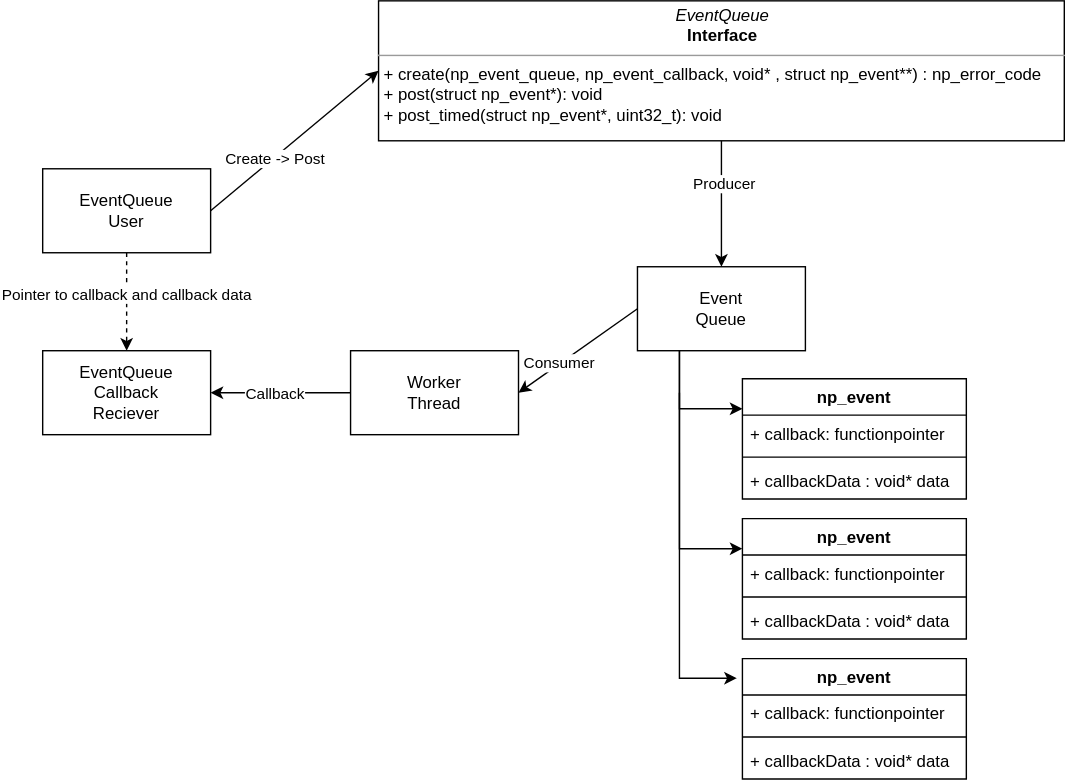
Earlier version of the draw.io export doc/images/event_queue.svg (nabto/nabto-embedded-sdk). Source tidied: cells renumbered, new cells last; positions are measured from the earlier drawing's top-left corner, leaving out a move shared by most shapes. The source it was exported from:
```xml
<mxGraphModel>
  <root>
    <mxCell id="0" />
    <mxCell id="1" parent="0" />
    <mxCell id="2" value="Event&lt;br&gt;Queue" style="rounded=0;whiteSpace=wrap;html=1;" parent="1" vertex="1">
      <mxGeometry x="425" y="190" width="120" height="60" as="geometry" />
    </mxCell>
    <mxCell id="3" value="&lt;p style=&quot;margin: 0px ; margin-top: 4px ; text-align: center&quot;&gt;&lt;i&gt;EventQueue&lt;br&gt;&lt;/i&gt;&lt;b&gt;Interface&lt;/b&gt;&lt;/p&gt;&lt;hr size=&quot;1&quot;&gt;&lt;p style=&quot;margin: 0px ; margin-left: 4px&quot;&gt;&lt;/p&gt;&lt;p style=&quot;margin: 0px ; margin-left: 4px&quot;&gt;+&amp;nbsp;&lt;span&gt;create(np_event_queue, np_event_callback, void* , struct np_event**) : np_error_code&lt;/span&gt;&lt;/p&gt;&lt;p style=&quot;margin: 0px ; margin-left: 4px&quot;&gt;+ post(struct np_event*): void&lt;/p&gt;&lt;p style=&quot;margin: 0px 0px 0px 4px&quot;&gt;+ post_timed(struct np_event*, uint32_t): void&lt;/p&gt;&lt;p style=&quot;margin: 0px 0px 0px 4px&quot;&gt;&lt;br&gt;&lt;/p&gt;" style="verticalAlign=top;align=left;overflow=fill;fontSize=12;fontFamily=Helvetica;html=1;" parent="1" vertex="1">
      <mxGeometry x="240" width="490" height="100" as="geometry" />
    </mxCell>
    <mxCell id="4" style="endArrow=classic;html=1;exitX=0.25;exitY=1;exitDx=0;exitDy=0;edgeStyle=orthogonalEdgeStyle;entryX=0;entryY=0.25;entryDx=0;entryDy=0;rounded=0;" parent="1" edge="1" source="2" target="20">
      <mxGeometry relative="1" as="geometry" />
    </mxCell>
    <mxCell id="5" style="endArrow=classic;html=1;edgeStyle=orthogonalEdgeStyle;entryX=0;entryY=0.25;entryDx=0;entryDy=0;rounded=0;" parent="1" edge="1" target="24">
      <mxGeometry relative="1" as="geometry">
        <mxPoint x="455" y="280" as="sourcePoint" />
        <Array as="points">
          <mxPoint x="455" y="392" />
        </Array>
      </mxGeometry>
    </mxCell>
    <mxCell id="6" style="endArrow=classic;html=1;edgeStyle=orthogonalEdgeStyle;rounded=0;entryX=-0.025;entryY=0.163;entryDx=0;entryDy=0;entryPerimeter=0;" parent="1" edge="1" target="28">
      <mxGeometry relative="1" as="geometry">
        <mxPoint x="455" y="250" as="sourcePoint" />
        <Array as="points">
          <mxPoint x="455" y="484" />
        </Array>
      </mxGeometry>
    </mxCell>
    <mxCell id="7" value="EventQueue&lt;br&gt;User" style="rounded=0;whiteSpace=wrap;html=1;" parent="1" vertex="1">
      <mxGeometry y="120" width="120" height="60" as="geometry" />
    </mxCell>
    <mxCell id="8" style="endArrow=classic;html=1;exitX=1;exitY=0.5;exitDx=0;exitDy=0;entryX=0;entryY=0.5;entryDx=0;entryDy=0;" parent="1" edge="1" source="7" target="3">
      <mxGeometry relative="1" as="geometry" />
    </mxCell>
    <mxCell id="9" value="Create -&amp;gt; Post" style="edgeLabel;html=1;align=center;verticalAlign=middle;" parent="8" vertex="1">
      <mxGeometry x="-0.25" relative="1" as="geometry" />
    </mxCell>
    <mxCell id="10" value="Worker&lt;br&gt;Thread" style="rounded=0;whiteSpace=wrap;html=1;" parent="1" vertex="1">
      <mxGeometry x="220" y="250" width="120" height="60" as="geometry" />
    </mxCell>
    <mxCell id="11" style="endArrow=none;html=1;exitX=1;exitY=0.5;exitDx=0;exitDy=0;entryX=0;entryY=0.5;entryDx=0;entryDy=0;startArrow=classic;startFill=1;endFill=0;" parent="1" edge="1" source="10" target="2">
      <mxGeometry relative="1" as="geometry" />
    </mxCell>
    <mxCell id="12" value="Consumer" style="edgeLabel;html=1;align=center;verticalAlign=middle;" parent="11" vertex="1">
      <mxGeometry x="-0.32" y="1" relative="1" as="geometry" />
    </mxCell>
    <mxCell id="13" style="endArrow=classic;html=1;exitX=0.5;exitY=1;exitDx=0;exitDy=0;entryX=0.5;entryY=0;entryDx=0;entryDy=0;startArrow=none;startFill=0;" parent="1" edge="1" source="3" target="2">
      <mxGeometry relative="1" as="geometry" />
    </mxCell>
    <mxCell id="14" value="Producer" style="edgeLabel;html=1;align=center;verticalAlign=middle;" parent="13" vertex="1">
      <mxGeometry x="-0.32" y="1" relative="1" as="geometry" />
    </mxCell>
    <mxCell id="15" value="EventQueue&lt;br&gt;Callback&lt;br&gt;Reciever" style="rounded=0;whiteSpace=wrap;html=1;" parent="1" vertex="1">
      <mxGeometry y="250" width="120" height="60" as="geometry" />
    </mxCell>
    <mxCell id="16" style="endArrow=classic;html=1;exitX=0;exitY=0.5;exitDx=0;exitDy=0;" parent="1" edge="1" source="10" target="15">
      <mxGeometry relative="1" as="geometry" />
    </mxCell>
    <mxCell id="17" value="Callback" style="edgeLabel;html=1;align=center;verticalAlign=middle;" parent="16" vertex="1">
      <mxGeometry x="0.1" relative="1" as="geometry" />
    </mxCell>
    <mxCell id="18" style="endArrow=classic;html=1;exitX=0.5;exitY=1;exitDx=0;exitDy=0;dashed=1;" parent="1" edge="1" source="7" target="15">
      <mxGeometry relative="1" as="geometry" />
    </mxCell>
    <mxCell id="19" value="Pointer to callback and callback data" style="edgeLabel;html=1;align=center;verticalAlign=middle;" parent="18" vertex="1">
      <mxGeometry x="-0.17" y="-1" relative="1" as="geometry" />
    </mxCell>
    <mxCell id="20" value="np_event" style="swimlane;fontStyle=1;align=center;verticalAlign=top;horizontal=1;startSize=26;" parent="1" vertex="1">
      <mxGeometry x="500" y="270" width="160" height="86" as="geometry" />
    </mxCell>
    <mxCell id="21" value="+ callback: functionpointer" style="text;strokeColor=none;fillColor=none;align=left;verticalAlign=top;spacingLeft=4;spacingRight=4;overflow=hidden;" parent="20" vertex="1">
      <mxGeometry y="26" width="160" height="26" as="geometry" />
    </mxCell>
    <mxCell id="22" style="line;strokeWidth=1;fillColor=none;align=left;verticalAlign=middle;spacingTop=-1;spacingLeft=3;spacingRight=3;labelPosition=right;" parent="20" vertex="1">
      <mxGeometry y="52" width="160" height="8" as="geometry" />
    </mxCell>
    <mxCell id="23" value="+ callbackData : void* data" style="text;strokeColor=none;fillColor=none;align=left;verticalAlign=top;spacingLeft=4;spacingRight=4;overflow=hidden;" parent="20" vertex="1">
      <mxGeometry y="60" width="160" height="26" as="geometry" />
    </mxCell>
    <mxCell id="24" value="np_event" style="swimlane;fontStyle=1;align=center;verticalAlign=top;horizontal=1;startSize=26;" parent="1" vertex="1">
      <mxGeometry x="500" y="370" width="160" height="86" as="geometry" />
    </mxCell>
    <mxCell id="25" value="+ callback: functionpointer" style="text;strokeColor=none;fillColor=none;align=left;verticalAlign=top;spacingLeft=4;spacingRight=4;overflow=hidden;" parent="24" vertex="1">
      <mxGeometry y="26" width="160" height="26" as="geometry" />
    </mxCell>
    <mxCell id="26" style="line;strokeWidth=1;fillColor=none;align=left;verticalAlign=middle;spacingTop=-1;spacingLeft=3;spacingRight=3;labelPosition=right;" parent="24" vertex="1">
      <mxGeometry y="52" width="160" height="8" as="geometry" />
    </mxCell>
    <mxCell id="27" value="+ callbackData : void* data" style="text;strokeColor=none;fillColor=none;align=left;verticalAlign=top;spacingLeft=4;spacingRight=4;overflow=hidden;" parent="24" vertex="1">
      <mxGeometry y="60" width="160" height="26" as="geometry" />
    </mxCell>
    <mxCell id="28" value="np_event" style="swimlane;fontStyle=1;align=center;verticalAlign=top;horizontal=1;startSize=26;" parent="1" vertex="1">
      <mxGeometry x="500" y="470" width="160" height="86" as="geometry" />
    </mxCell>
    <mxCell id="29" value="+ callback: functionpointer" style="text;strokeColor=none;fillColor=none;align=left;verticalAlign=top;spacingLeft=4;spacingRight=4;overflow=hidden;" parent="28" vertex="1">
      <mxGeometry y="26" width="160" height="26" as="geometry" />
    </mxCell>
    <mxCell id="30" style="line;strokeWidth=1;fillColor=none;align=left;verticalAlign=middle;spacingTop=-1;spacingLeft=3;spacingRight=3;labelPosition=right;" parent="28" vertex="1">
      <mxGeometry y="52" width="160" height="8" as="geometry" />
    </mxCell>
    <mxCell id="31" value="+ callbackData : void* data" style="text;strokeColor=none;fillColor=none;align=left;verticalAlign=top;spacingLeft=4;spacingRight=4;overflow=hidden;" parent="28" vertex="1">
      <mxGeometry y="60" width="160" height="26" as="geometry" />
    </mxCell>
  </root>
</mxGraphModel>
```
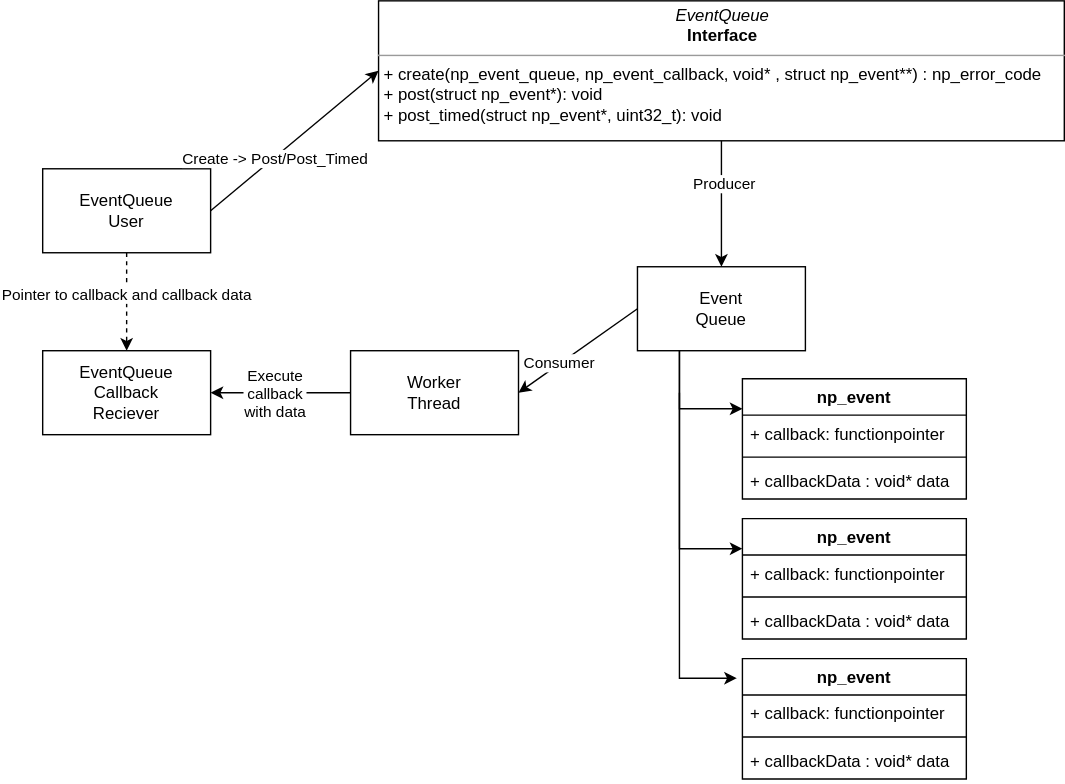
Later version of the same file.

The edit, as a diff of the source:
```diff
@@ -33,7 +33,7 @@
     <mxCell id="8" style="endArrow=classic;html=1;exitX=1;exitY=0.5;exitDx=0;exitDy=0;entryX=0;entryY=0.5;entryDx=0;entryDy=0;" parent="1" edge="1" source="7" target="3">
       <mxGeometry relative="1" as="geometry" />
     </mxCell>
-    <mxCell id="9" value="Create -&amp;gt; Post" style="edgeLabel;html=1;align=center;verticalAlign=middle;" parent="8" vertex="1">
+    <mxCell id="9" value="Create -&amp;gt; Post/Post_Timed" style="edgeLabel;html=1;align=center;verticalAlign=middle;" parent="8" vertex="1">
       <mxGeometry x="-0.25" relative="1" as="geometry" />
     </mxCell>
     <mxCell id="10" value="Worker&lt;br&gt;Thread" style="rounded=0;whiteSpace=wrap;html=1;" parent="1" vertex="1">
@@ -57,7 +57,7 @@
     <mxCell id="16" style="endArrow=classic;html=1;exitX=0;exitY=0.5;exitDx=0;exitDy=0;" parent="1" edge="1" source="10" target="15">
       <mxGeometry relative="1" as="geometry" />
     </mxCell>
-    <mxCell id="17" value="Callback" style="edgeLabel;html=1;align=center;verticalAlign=middle;" parent="16" vertex="1">
+    <mxCell id="17" value="Execute&lt;br&gt;callback&lt;br&gt;with data" style="edgeLabel;html=1;align=center;verticalAlign=middle;" parent="16" vertex="1">
       <mxGeometry x="0.1" relative="1" as="geometry" />
     </mxCell>
     <mxCell id="18" style="endArrow=classic;html=1;exitX=0.5;exitY=1;exitDx=0;exitDy=0;dashed=1;" parent="1" edge="1" source="7" target="15">
```
